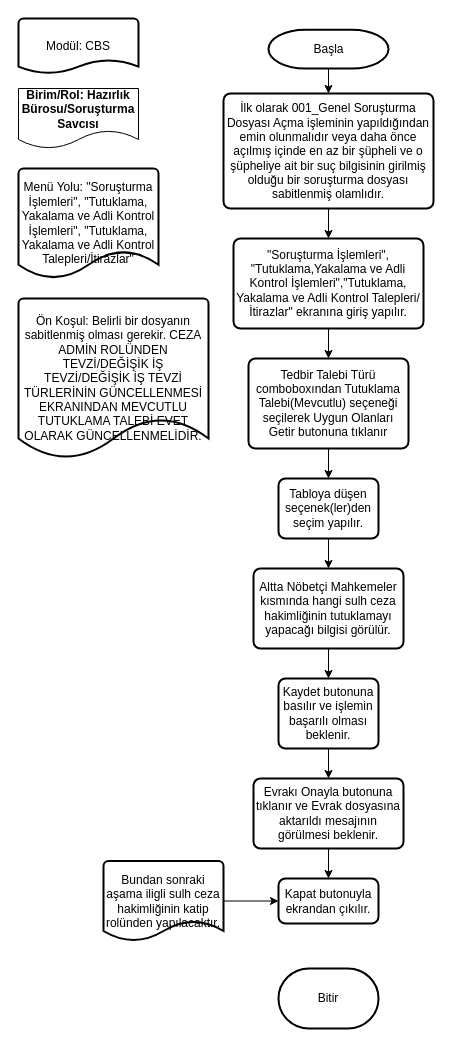
Above: Diyagram Yönetim Sistemi/Diagrams/CBS Akışlar/009_Tutuklama, Yakalama Talebi ve Adli Kontrol Talepleri_İtirazların Girilmesi.drawio in dev-Thae/Diagram-Management-System (draw.io), before the change. Source tidied: cells renumbered, new cells numbered last; positions are measured from the earlier drawing's top-left corner, leaving out a move shared by most shapes. Both pictures are drawn from the tidied source at 100%, with x=0, y=0 at pixel (18, 18).
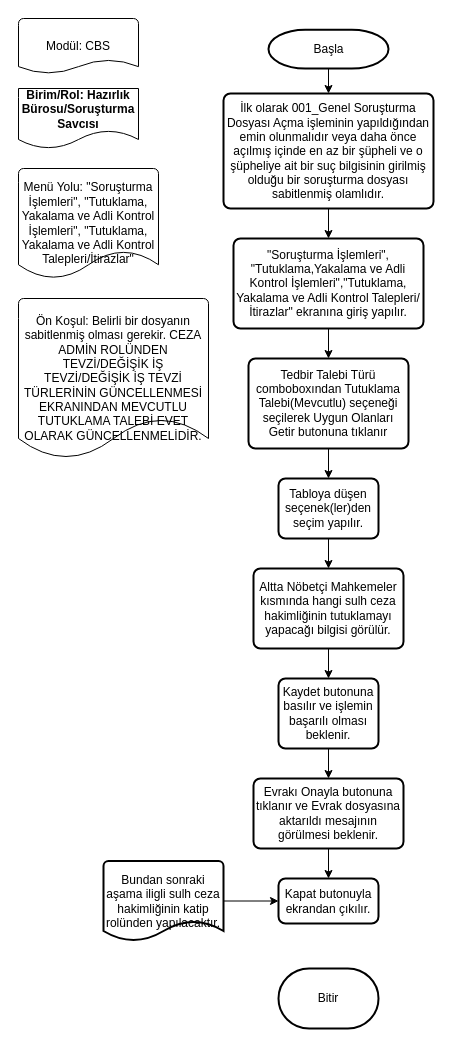
After the change.

Change to the diagram source:
```diff
@@
-    <mxCell id="4" value="Modül: CBS" style="strokeWidth=2;html=1;shape=mxgraph.flowchart.document2;whiteSpace=wrap;size=0.25;" parent="1" vertex="1">
+    <mxCell id="4" value="Modül: CBS" style="strokeWidth=1;html=1;shape=mxgraph.flowchart.document2;whiteSpace=wrap;size=0.25;" parent="1" vertex="1">
       <mxGeometry width="120" height="55" as="geometry" />
     </mxCell>
-    <mxCell id="5" value="Menü Yolu:&amp;nbsp;&quot;Soruşturma İşlemleri&quot;, &quot;Tutuklama, Yakalama ve Adli Kontrol İşlemleri&quot;, &quot;Tutuklama, Yakalama ve Adli Kontrol Talepleri/İtirazlar&quot;" style="strokeWidth=2;html=1;shape=mxgraph.flowchart.document2;whiteSpace=wrap;size=0.25;" parent="1" vertex="1">
+    <mxCell id="5" value="Menü Yolu:&amp;nbsp;&quot;Soruşturma İşlemleri&quot;, &quot;Tutuklama, Yakalama ve Adli Kontrol İşlemleri&quot;, &quot;Tutuklama, Yakalama ve Adli Kontrol Talepleri/İtirazlar&quot;" style="strokeWidth=1;html=1;shape=mxgraph.flowchart.document2;whiteSpace=wrap;size=0.25;" parent="1" vertex="1">
       <mxGeometry y="150" width="140" height="110" as="geometry" />
     </mxCell>
-    <mxCell id="6" value="Ön Koşul: Belirli bir dosyanın sabitlenmiş olması gerekir. CEZA ADMİN ROLÜNDEN TEVZİ/DEĞİŞİK İŞ TEVZİ/DEĞİŞİK İŞ TEVZİ TÜRLERİNİN GÜNCELLENMESİ EKRANINDAN MEVCUTLU TUTUKLAMA TALEBİ EVET OLARAK GÜNCELLENMELİDİR." style="strokeWidth=2;html=1;shape=mxgraph.flowchart.document2;whiteSpace=wrap;size=0.25;" parent="1" vertex="1">
+    <mxCell id="6" value="Ön Koşul: Belirli bir dosyanın sabitlenmiş olması gerekir. CEZA ADMİN ROLÜNDEN TEVZİ/DEĞİŞİK İŞ TEVZİ/DEĞİŞİK İŞ TEVZİ TÜRLERİNİN GÜNCELLENMESİ EKRANINDAN MEVCUTLU TUTUKLAMA TALEBİ EVET OLARAK GÜNCELLENMELİDİR." style="strokeWidth=1;html=1;shape=mxgraph.flowchart.document2;whiteSpace=wrap;size=0.25;" parent="1" vertex="1">
       <mxGeometry y="280" width="190" height="160" as="geometry" />
     </mxCell>
```
